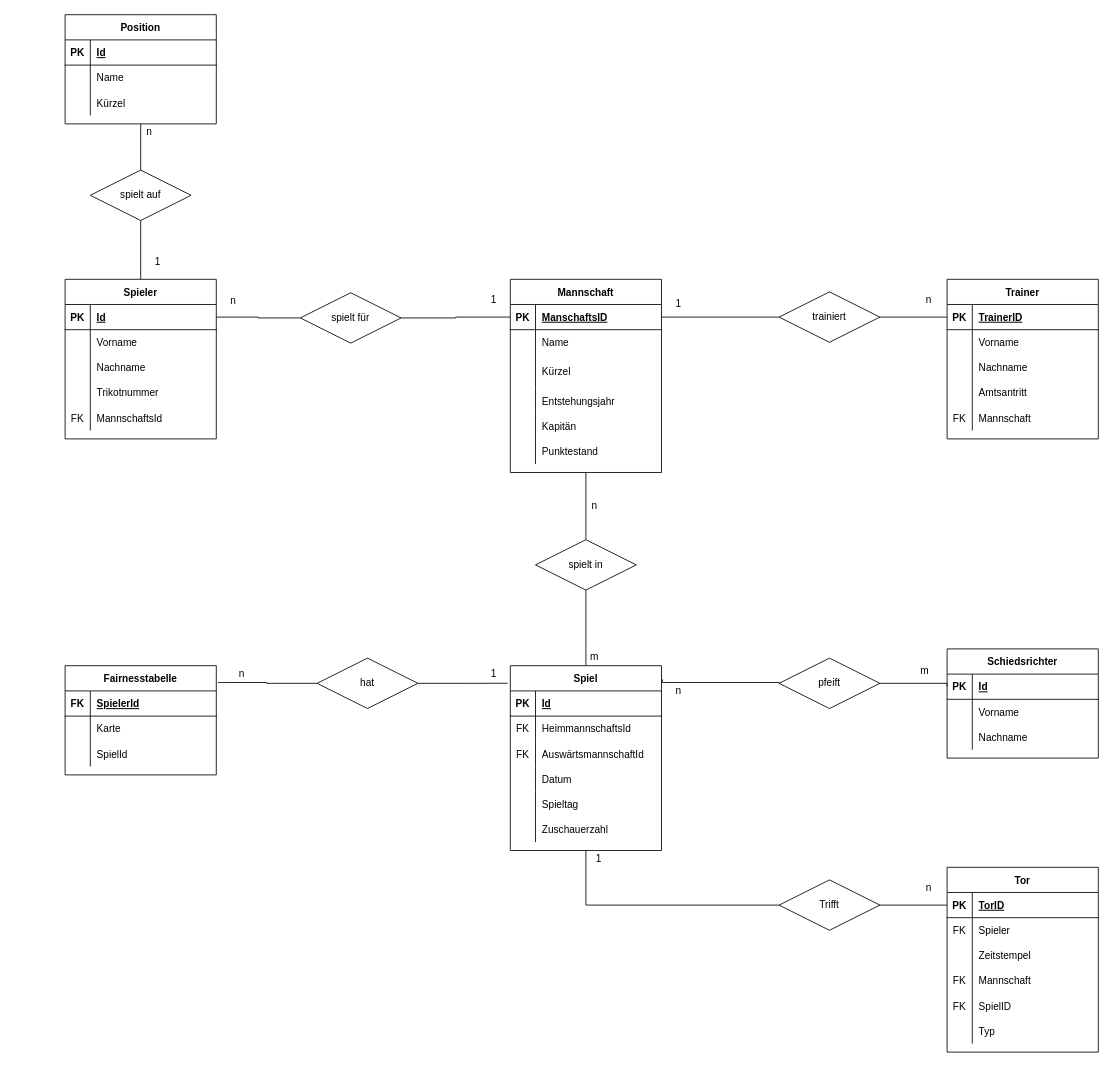
Above: ER_model.drawio in JannesNebendahl/Turnierplaner (draw.io), before the change. Source tidied: cells renumbered, new cells numbered last; positions are measured from the earlier drawing's top-left corner, leaving out a move shared by most shapes. Both pictures are drawn from the tidied source at 84%, with x=0, y=0 at pixel (65, 14).
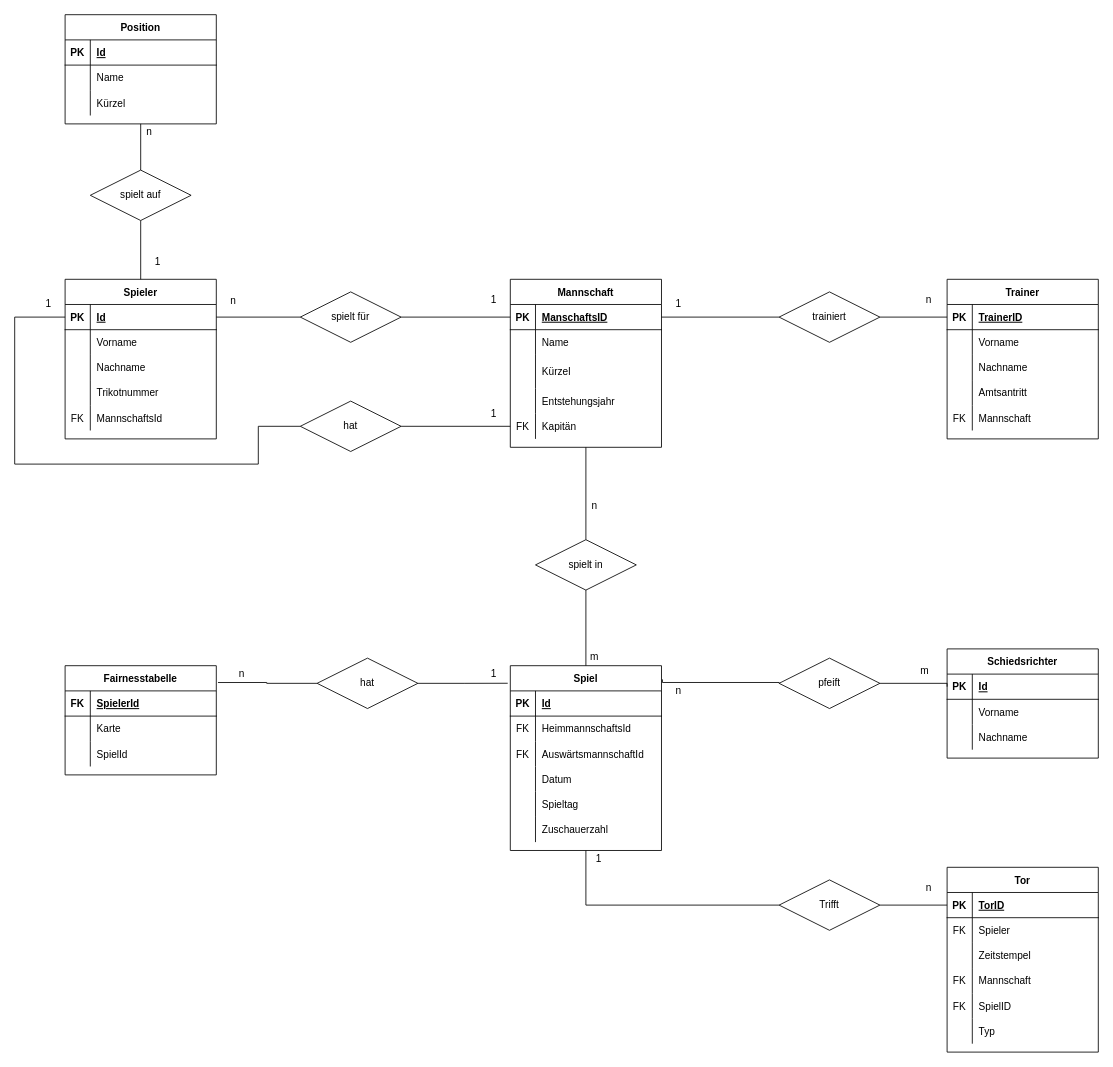
Above is the later version.

Commit message (it also covers changes not shown here):
make video er_model

The change refers to these unchanged cells:
```xml
<mxCell id="3" style="shape=tableRow;horizontal=0;startSize=0;swimlaneHead=0;swimlaneBody=0;fillColor=none;points=[[0,0.5],[1,0.5]];portConstraint=eastwest;top=0;left=0;right=0;bottom=1;" parent="2" vertex="1">
  <mxGeometry y="30" width="180" height="30" as="geometry" />
</mxCell>
<mxCell id="41" style="shape=tableRow;horizontal=0;startSize=0;swimlaneHead=0;swimlaneBody=0;fillColor=none;points=[[0,0.5],[1,0.5]];portConstraint=eastwest;top=0;left=0;right=0;bottom=0;" parent="28" vertex="1">
  <mxGeometry y="160" width="180" height="30" as="geometry" />
</mxCell>
```

What changed in the source:
```diff
@@
     <mxCell id="28" value="Mannschaft" style="shape=table;startSize=30;childLayout=tableLayout;rowLines=0;fontStyle=1;align=center;" parent="1" vertex="1">
-      <mxGeometry x="530" y="315" width="180" height="230" as="geometry" />
+      <mxGeometry x="530" y="315" width="180" height="200" as="geometry" />
     </mxCell>
@@
-    <mxCell id="42" style="shape=partialRectangle;fillColor=none;top=0;left=0;bottom=0;right=0;overflow=hidden;" parent="41" vertex="1">
+    <mxCell id="42" value="FK" style="shape=partialRectangle;fillColor=none;top=0;left=0;bottom=0;right=0;overflow=hidden;" parent="41" vertex="1">
       <mxGeometry width="30" height="30" as="geometry" />
     </mxCell>
@@
-    <mxCell id="44" style="shape=tableRow;horizontal=0;startSize=0;swimlaneHead=0;swimlaneBody=0;fillColor=none;top=0;left=0;right=0;bottom=0;" parent="28" vertex="1">
-      <mxGeometry y="190" width="180" height="30" as="geometry" />
-    </mxCell>
-    <mxCell id="45" style="shape=partialRectangle;fillColor=none;top=0;left=0;bottom=0;right=0;overflow=hidden;" parent="44" vertex="1">
-      <mxGeometry width="30" height="30" as="geometry" />
-    </mxCell>
-    <mxCell id="46" value="Punktestand" style="shape=partialRectangle;fillColor=none;top=0;left=0;bottom=0;right=0;align=left;spacingLeft=6;overflow=hidden;" parent="44" vertex="1">
-      <mxGeometry x="30" width="150" height="30" as="geometry" />
-    </mxCell>
@@
     <mxCell id="63" value="spielt für" style="shape=rhombus;perimeter=rhombusPerimeter;whiteSpace=wrap;html=1;align=center;" parent="1" vertex="1">
-      <mxGeometry x="280" y="331" width="120" height="60" as="geometry" />
+      <mxGeometry x="280" y="330" width="120" height="60" as="geometry" />
     </mxCell>
@@
+    <mxCell id="156" value="hat" style="shape=rhombus;perimeter=rhombusPerimeter;whiteSpace=wrap;html=1;align=center;" parent="1" vertex="1">
+      <mxGeometry x="280" y="460" width="120" height="60" as="geometry" />
+    </mxCell>
+    <mxCell id="157" style="edgeStyle=orthogonalEdgeStyle;rounded=0;jettySize=auto;html=1;exitX=0;exitY=0.5;exitDx=0;exitDy=0;entryX=1;entryY=0.5;entryDx=0;entryDy=0;endArrow=none;endFill=0;" parent="1" edge="1" source="41" target="156">
+      <mxGeometry relative="1" as="geometry" />
+    </mxCell>
+    <mxCell id="158" style="edgeStyle=orthogonalEdgeStyle;rounded=0;jettySize=auto;html=1;exitX=0;exitY=0.5;exitDx=0;exitDy=0;entryX=0;entryY=0.5;entryDx=0;entryDy=0;endArrow=none;endFill=0;" parent="1" edge="1" source="3" target="156">
+      <mxGeometry relative="1" as="geometry">
+        <Array as="points">
+          <mxPoint x="-60" y="360" />
+          <mxPoint x="-60" y="535" />
+          <mxPoint x="230" y="535" />
+          <mxPoint x="230" y="490" />
+        </Array>
+      </mxGeometry>
+    </mxCell>
+    <mxCell id="159" value="1" style="text;html=1;align=center;verticalAlign=middle;strokeColor=none;fillColor=none;" parent="1" vertex="1">
+      <mxGeometry x="500" y="465" width="20" height="20" as="geometry" />
+    </mxCell>
+    <mxCell id="160" value="1" style="text;html=1;align=center;verticalAlign=middle;strokeColor=none;fillColor=none;" parent="1" vertex="1">
+      <mxGeometry x="-30" y="335" width="20" height="20" as="geometry" />
+    </mxCell>
```
